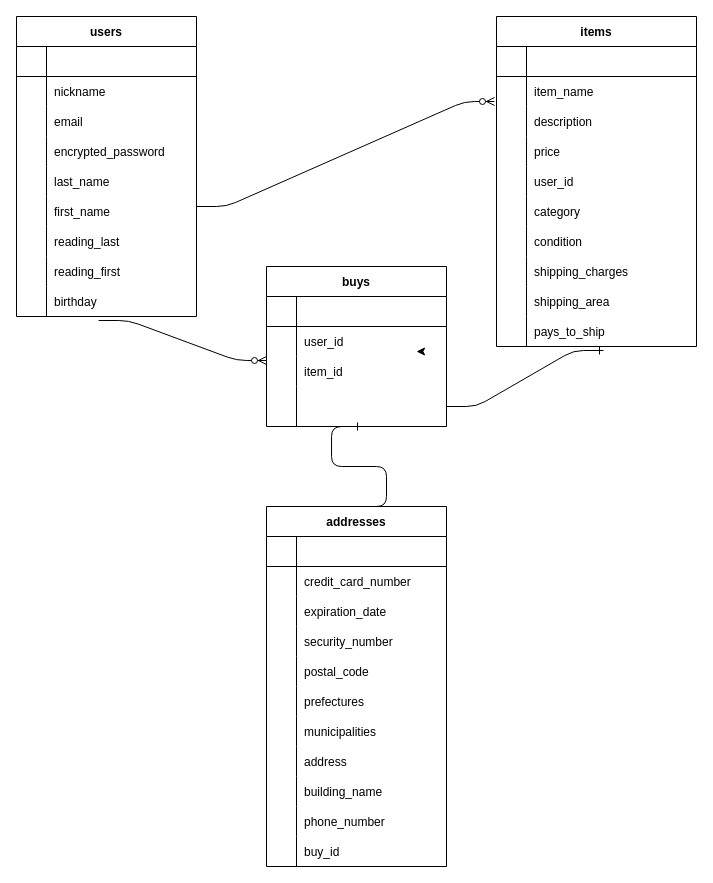
Before: page "Page-1" (1 of 2) of app/views/er.dio in Lightning-Farron/furima-23506, a draw.io diagram. Source tidied: cells renumbered, new cells numbered last; positions are measured from the earlier drawing's top-left corner, leaving out a move shared by most shapes. Both pictures are drawn from the tidied source at 100%, with x=0, y=0 at pixel (16, 16).
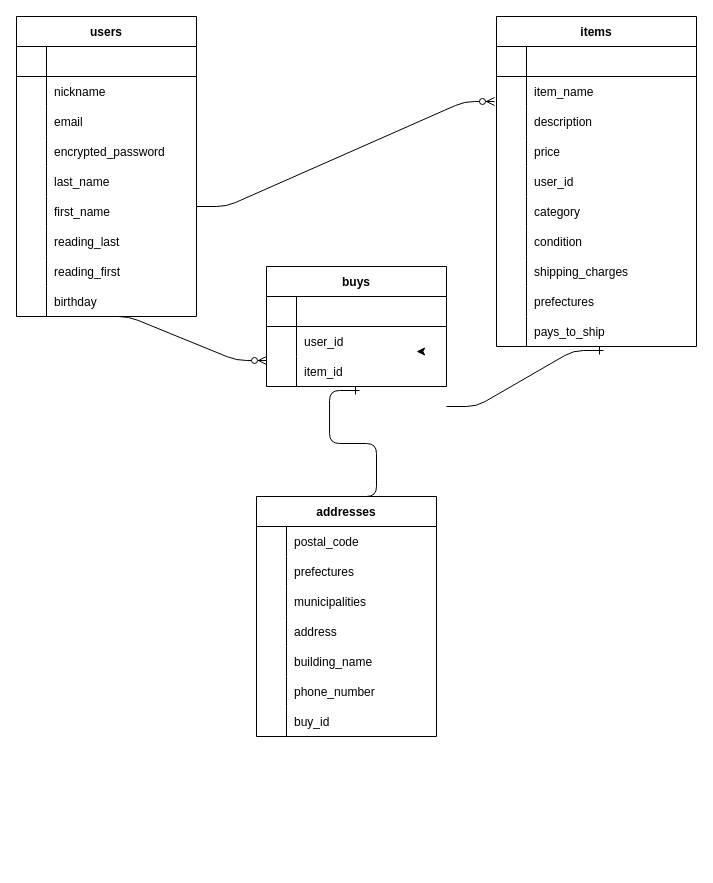
The same diagram, later.

Unchanged cells that the change refers to:
```xml
<mxCell id="28" style="shape=partialRectangle;fillColor=none;top=0;left=0;bottom=0;right=0;points=[[0,0.5],[1,0.5]];portConstraint=eastwest;" parent="3" vertex="1">
  <mxGeometry y="270" width="180" height="30" as="geometry" />
</mxCell>
<mxCell id="56" style="shape=partialRectangle;fillColor=none;top=0;left=0;bottom=0;right=0;" parent="31" vertex="1">
  <mxGeometry y="270" width="200" height="30" as="geometry" />
</mxCell>
<mxCell id="59" style="shape=partialRectangle;fillColor=none;top=0;left=0;bottom=0;right=0;points=[[0,0.5],[1,0.5]];portConstraint=eastwest;" parent="31" vertex="1">
  <mxGeometry y="300" width="200" height="30" as="geometry" />
</mxCell>
<mxCell id="66" style="shape=partialRectangle;fillColor=none;top=0;left=0;bottom=0;right=0;points=[[0,0.5],[1,0.5]];portConstraint=eastwest;" parent="62" vertex="1">
  <mxGeometry y="60" width="180" height="30" as="geometry" />
</mxCell>
<mxCell id="69" style="shape=partialRectangle;fillColor=none;top=0;left=0;bottom=0;right=0;points=[[0,0.5],[1,0.5]];portConstraint=eastwest;" parent="62" vertex="1">
  <mxGeometry y="90" width="180" height="30" as="geometry" />
</mxCell>
```

What changed in the source:
```diff
@@
-    <mxCell id="58" value="shipping_area" style="shape=partialRectangle;fillColor=none;top=0;left=0;bottom=0;right=0;align=left;spacingLeft=6;overflow=hidden;" parent="56" vertex="1">
+    <mxCell id="58" value="prefectures" style="shape=partialRectangle;fillColor=none;top=0;left=0;bottom=0;right=0;align=left;spacingLeft=6;overflow=hidden;" parent="56" vertex="1">
       <mxGeometry x="30" width="170" height="30" as="geometry" />
     </mxCell>
@@
     <mxCell id="62" value="buys" style="shape=table;startSize=30;childLayout=tableLayout;rowLines=0;fontStyle=1;align=center;" parent="1" vertex="1">
-      <mxGeometry x="250" y="250" width="180" height="160" as="geometry" />
+      <mxGeometry x="250" y="250" width="180" height="120" as="geometry" />
     </mxCell>
@@
-    <mxCell id="72" style="shape=partialRectangle;fillColor=none;top=0;left=0;bottom=0;right=0;points=[[0,0.5],[1,0.5]];portConstraint=eastwest;" parent="62" vertex="1">
-      <mxGeometry y="120" width="180" height="40" as="geometry" />
-    </mxCell>
-    <mxCell id="73" style="shape=partialRectangle;fillColor=none;top=0;left=0;bottom=0;right=0;overflow=hidden;" parent="72" vertex="1">
-      <mxGeometry width="30" height="40" as="geometry" />
-    </mxCell>
-    <mxCell id="74" style="shape=partialRectangle;fillColor=none;top=0;left=0;bottom=0;right=0;align=left;spacingLeft=6;overflow=hidden;" parent="72" vertex="1">
-      <mxGeometry x="30" width="150" height="40" as="geometry" />
-    </mxCell>
@@
-    <mxCell id="76" style="edgeStyle=entityRelationEdgeStyle;fontSize=12;html=1;endArrow=ERzeroToMany;endFill=1;entryX=0;entryY=1.133;entryDx=0;entryDy=0;entryPerimeter=0;exitX=0.456;exitY=1.133;exitDx=0;exitDy=0;exitPerimeter=0;" parent="1" edge="1" source="28" target="66">
-      <mxGeometry relative="1" as="geometry" />
+    <mxCell id="76" style="edgeStyle=entityRelationEdgeStyle;fontSize=12;html=1;endArrow=ERzeroToMany;endFill=1;entryX=0;entryY=1.133;entryDx=0;entryDy=0;entryPerimeter=0;" parent="1" edge="1" target="66">
+      <mxGeometry relative="1" as="geometry">
+        <mxPoint x="82" y="300" as="sourcePoint" />
+      </mxGeometry>
     </mxCell>
-    <mxCell id="77" style="edgeStyle=entityRelationEdgeStyle;fontSize=12;html=1;endArrow=ERone;endFill=1;exitX=1;exitY=0.5;exitDx=0;exitDy=0;entryX=0.535;entryY=1.133;entryDx=0;entryDy=0;entryPerimeter=0;" parent="1" edge="1" source="72" target="59">
-      <mxGeometry relative="1" as="geometry" />
+    <mxCell id="77" style="edgeStyle=entityRelationEdgeStyle;fontSize=12;html=1;endArrow=ERone;endFill=1;exitX=1;exitY=0.5;exitDx=0;exitDy=0;entryX=0.535;entryY=1.133;entryDx=0;entryDy=0;entryPerimeter=0;" parent="1" edge="1" target="59">
+      <mxGeometry relative="1" as="geometry">
+        <mxPoint x="430" y="390" as="sourcePoint" />
+      </mxGeometry>
     </mxCell>
     <mxCell id="78" value="addresses" style="shape=table;startSize=30;childLayout=tableLayout;rowLines=0;fontStyle=1;align=center;" parent="1" vertex="1">
-      <mxGeometry x="250" y="490" width="180" height="360" as="geometry" />
+      <mxGeometry x="240" y="480" width="180" height="240" as="geometry" />
     </mxCell>
-    <mxCell id="79" style="shape=partialRectangle;fillColor=none;top=0;left=0;bottom=1;right=0;" parent="78" vertex="1">
-      <mxGeometry y="30" width="180" height="30" as="geometry" />
-    </mxCell>
-    <mxCell id="80" style="shape=partialRectangle;fillColor=none;top=0;left=0;bottom=0;right=0;fontStyle=1;overflow=hidden;" parent="79" vertex="1">
-      <mxGeometry width="30" height="30" as="geometry" />
-    </mxCell>
-    <mxCell id="81" style="shape=partialRectangle;fillColor=none;top=0;left=0;bottom=0;right=0;align=left;spacingLeft=6;fontStyle=5;overflow=hidden;" parent="79" vertex="1">
-      <mxGeometry x="30" width="150" height="30" as="geometry" />
-    </mxCell>
-    <mxCell id="82" style="shape=partialRectangle;fillColor=none;top=0;left=0;bottom=0;right=0;" parent="78" vertex="1">
-      <mxGeometry y="60" width="180" height="30" as="geometry" />
-    </mxCell>
-    <mxCell id="83" style="shape=partialRectangle;fillColor=none;top=0;left=0;bottom=0;right=0;overflow=hidden;" parent="82" vertex="1">
-      <mxGeometry width="30" height="30" as="geometry" />
-    </mxCell>
-    <mxCell id="84" value="credit_card_number" style="shape=partialRectangle;fillColor=none;top=0;left=0;bottom=0;right=0;align=left;spacingLeft=6;overflow=hidden;" parent="82" vertex="1">
-      <mxGeometry x="30" width="150" height="30" as="geometry" />
-    </mxCell>
-    <mxCell id="85" style="shape=partialRectangle;fillColor=none;top=0;left=0;bottom=0;right=0;" parent="78" vertex="1">
-      <mxGeometry y="90" width="180" height="30" as="geometry" />
-    </mxCell>
-    <mxCell id="86" style="shape=partialRectangle;fillColor=none;top=0;left=0;bottom=0;right=0;overflow=hidden;" parent="85" vertex="1">
-      <mxGeometry width="30" height="30" as="geometry" />
-    </mxCell>
-    <mxCell id="87" value="expiration_date" style="shape=partialRectangle;fillColor=none;top=0;left=0;bottom=0;right=0;align=left;spacingLeft=6;overflow=hidden;" parent="85" vertex="1">
-      <mxGeometry x="30" width="150" height="30" as="geometry" />
-    </mxCell>
-    <mxCell id="88" style="shape=partialRectangle;fillColor=none;top=0;left=0;bottom=0;right=0;" parent="78" vertex="1">
-      <mxGeometry y="120" width="180" height="30" as="geometry" />
-    </mxCell>
-    <mxCell id="89" style="shape=partialRectangle;fillColor=none;top=0;left=0;bottom=0;right=0;overflow=hidden;" parent="88" vertex="1">
-      <mxGeometry width="30" height="30" as="geometry" />
-    </mxCell>
-    <mxCell id="90" value="security_number" style="shape=partialRectangle;fillColor=none;top=0;left=0;bottom=0;right=0;align=left;spacingLeft=6;overflow=hidden;" parent="88" vertex="1">
-      <mxGeometry x="30" width="150" height="30" as="geometry" />
-    </mxCell>
     <mxCell id="91" style="shape=partialRectangle;fillColor=none;top=0;left=0;bottom=0;right=0;" parent="78" vertex="1">
-      <mxGeometry y="150" width="180" height="30" as="geometry" />
+      <mxGeometry y="30" width="180" height="30" as="geometry" />
     </mxCell>
@@
     <mxCell id="94" style="shape=partialRectangle;fillColor=none;top=0;left=0;bottom=0;right=0;" parent="78" vertex="1">
-      <mxGeometry y="180" width="180" height="30" as="geometry" />
+      <mxGeometry y="60" width="180" height="30" as="geometry" />
     </mxCell>
@@
     <mxCell id="97" style="shape=partialRectangle;fillColor=none;top=0;left=0;bottom=0;right=0;" parent="78" vertex="1">
-      <mxGeometry y="210" width="180" height="30" as="geometry" />
+      <mxGeometry y="90" width="180" height="30" as="geometry" />
     </mxCell>
@@
     <mxCell id="100" style="shape=partialRectangle;fillColor=none;top=0;left=0;bottom=0;right=0;" parent="78" vertex="1">
-      <mxGeometry y="240" width="180" height="30" as="geometry" />
+      <mxGeometry y="120" width="180" height="30" as="geometry" />
     </mxCell>
@@
     <mxCell id="103" style="shape=partialRectangle;fillColor=none;top=0;left=0;bottom=0;right=0;" parent="78" vertex="1">
-      <mxGeometry y="270" width="180" height="30" as="geometry" />
+      <mxGeometry y="150" width="180" height="30" as="geometry" />
     </mxCell>
@@
     <mxCell id="106" style="shape=partialRectangle;fillColor=none;top=0;left=0;bottom=0;right=0;" parent="78" vertex="1">
-      <mxGeometry y="300" width="180" height="30" as="geometry" />
+      <mxGeometry y="180" width="180" height="30" as="geometry" />
     </mxCell>
@@
     <mxCell id="109" style="shape=partialRectangle;fillColor=none;top=0;left=0;bottom=0;right=0;" parent="78" vertex="1">
-      <mxGeometry y="330" width="180" height="30" as="geometry" />
+      <mxGeometry y="210" width="180" height="30" as="geometry" />
     </mxCell>
@@
-    <mxCell id="112" style="edgeStyle=entityRelationEdgeStyle;fontSize=12;html=1;endArrow=ERone;endFill=1;exitX=0.5;exitY=0;exitDx=0;exitDy=0;entryX=0.528;entryY=1;entryDx=0;entryDy=0;entryPerimeter=0;" parent="1" edge="1" source="78" target="72">
+    <mxCell id="112" style="edgeStyle=entityRelationEdgeStyle;fontSize=12;html=1;endArrow=ERone;endFill=1;exitX=0.5;exitY=0;exitDx=0;exitDy=0;entryX=0.517;entryY=1.133;entryDx=0;entryDy=0;entryPerimeter=0;" parent="1" edge="1" source="78" target="69">
       <mxGeometry relative="1" as="geometry" />
     </mxCell>
```
